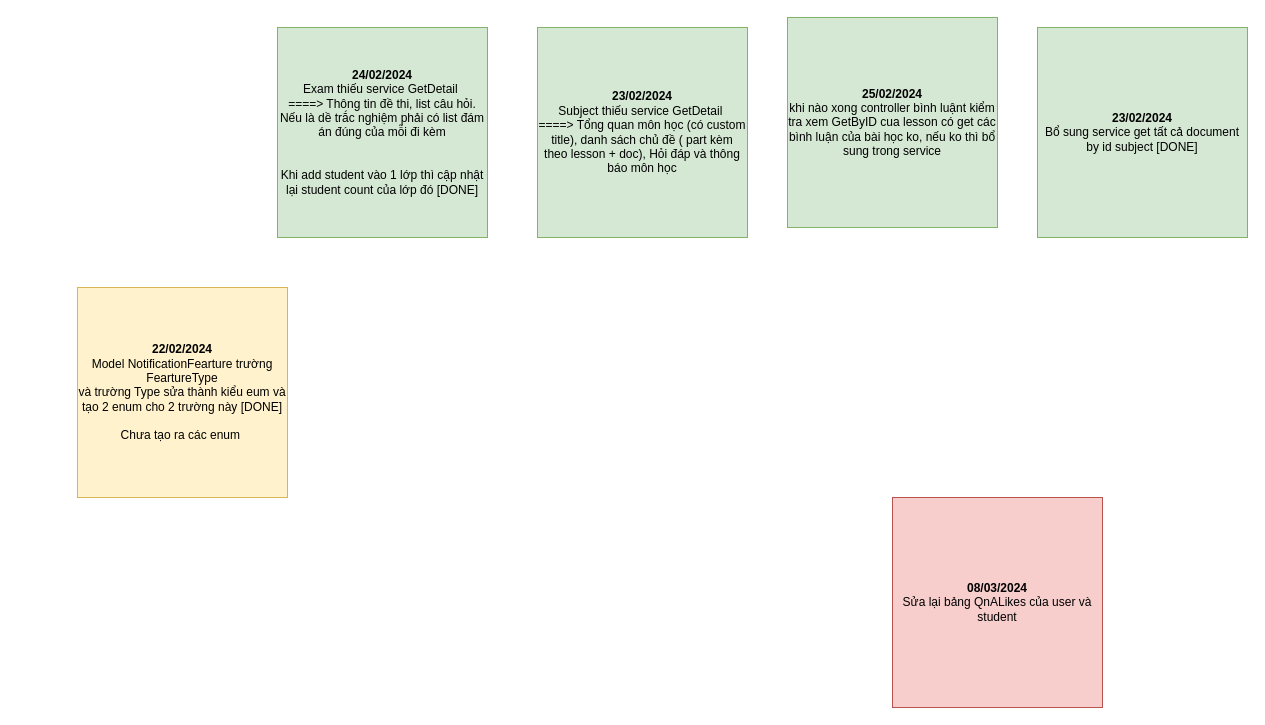
Earlier version of the draw.io diagram page "Note" (3 of 3) of Internship_BACKEND_2024_02_02.01.2024_LamSamChan_LMS - Elibrary_Diagram.drawio (LamSamChan/LMS_ELibrary_BE_Intern_Alta). Source tidied: cells renumbered, new cells numbered last; positions are measured from the earlier drawing's top-left corner, leaving out a move shared by most shapes. Both pictures are drawn from the tidied source at 100%, with x=0, y=0 at pixel (77, 17).
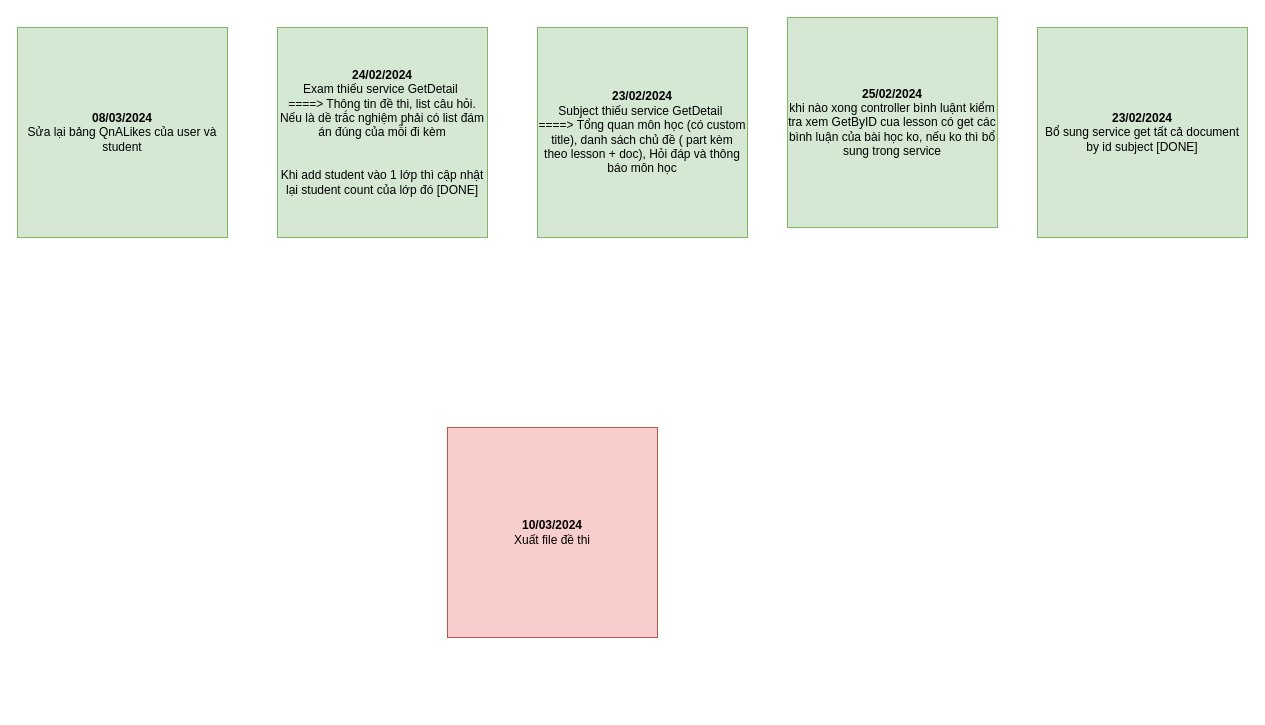
After the change.

Diff of the diagram source:
```diff
@@
 <mxGraphModel>
   <root>
     <mxCell id="0" />
     <mxCell id="1" parent="0" />
-    <mxCell id="2" value="&lt;b&gt;22/02/2024&lt;br&gt;&lt;/b&gt;Model NotificationFearture trường FeartureType&lt;br&gt;và trường Type sửa thành kiểu eum và tạo 2 enum cho 2 trường này [DONE]&lt;br&gt;&lt;br&gt;Chưa tạo ra các enum&amp;nbsp;" style="whiteSpace=wrap;html=1;fillColor=#fff2cc;strokeColor=#d6b656;" parent="1" vertex="1">
-      <mxGeometry y="270" width="210" height="210" as="geometry" />
-    </mxCell>
     <mxCell id="3" value="&lt;b&gt;23/02/2024&lt;br&gt;&lt;/b&gt;Bổ sung service get tất cả document by id subject [DONE]" style="whiteSpace=wrap;html=1;fillColor=#d5e8d4;strokeColor=#82b366;" parent="1" vertex="1">
       <mxGeometry x="960" y="10" width="210" height="210" as="geometry" />
     </mxCell>
     <mxCell id="4" value="&lt;b&gt;23/02/2024&lt;br&gt;&lt;/b&gt;Subject thiếu service GetDetail&amp;nbsp;&lt;br&gt;====&amp;gt; Tổng quan môn học (có custom title), danh sách chủ đề ( part kèm theo lesson + doc), Hỏi đáp và thông báo môn học" style="whiteSpace=wrap;html=1;fillColor=#d5e8d4;strokeColor=#82b366;" parent="1" vertex="1">
       <mxGeometry x="460" y="10" width="210" height="210" as="geometry" />
     </mxCell>
     <mxCell id="5" value="&lt;b&gt;24/02/2024&lt;br&gt;&lt;/b&gt;Exam thiếu service GetDetail&amp;nbsp;&lt;br&gt;====&amp;gt; Thông tin đề thi, list câu hỏi. Nếu là dề trắc nghiệm phải có list đám án đúng của mỗi đi kèm&lt;br&gt;&lt;br&gt;&lt;br&gt;Khi add student vào 1 lớp thì cập nhật lại student count của lớp đó [DONE]" style="whiteSpace=wrap;html=1;fillColor=#d5e8d4;strokeColor=#82b366;" parent="1" vertex="1">
       <mxGeometry x="200" y="10" width="210" height="210" as="geometry" />
     </mxCell>
     <mxCell id="6" value="&lt;b&gt;25/02/2024&lt;br&gt;&lt;/b&gt;khi nào xong controller bình luậnt kiểm tra xem GetByID cua lesson có get các bình luận của bài học ko, nếu ko thì bổ sung trong service" style="whiteSpace=wrap;html=1;fillColor=#d5e8d4;strokeColor=#82b366;" parent="1" vertex="1">
       <mxGeometry x="710" width="210" height="210" as="geometry" />
     </mxCell>
-    <mxCell id="7" value="&lt;b&gt;08/03/2024&lt;br&gt;&lt;/b&gt;Sửa lại bảng&amp;nbsp;QnALikes của user và student" style="whiteSpace=wrap;html=1;fillColor=#f8cecc;strokeColor=#b85450;" parent="1" vertex="1">
-      <mxGeometry x="815" y="480" width="210" height="210" as="geometry" />
+    <mxCell id="7" value="&lt;b&gt;08/03/2024&lt;br&gt;&lt;/b&gt;Sửa lại bảng&amp;nbsp;QnALikes của user và student" style="whiteSpace=wrap;html=1;fillColor=#d5e8d4;strokeColor=#82b366;" parent="1" vertex="1">
+      <mxGeometry x="-60" y="10" width="210" height="210" as="geometry" />
     </mxCell>
+    <mxCell id="8" value="&lt;b&gt;10/03/2024&lt;br&gt;&lt;/b&gt;Xuất file đề thi" style="whiteSpace=wrap;html=1;fillColor=#f8cecc;strokeColor=#b85450;" parent="1" vertex="1">
+      <mxGeometry x="370" y="410" width="210" height="210" as="geometry" />
+    </mxCell>
   </root>
 </mxGraphModel>
```
